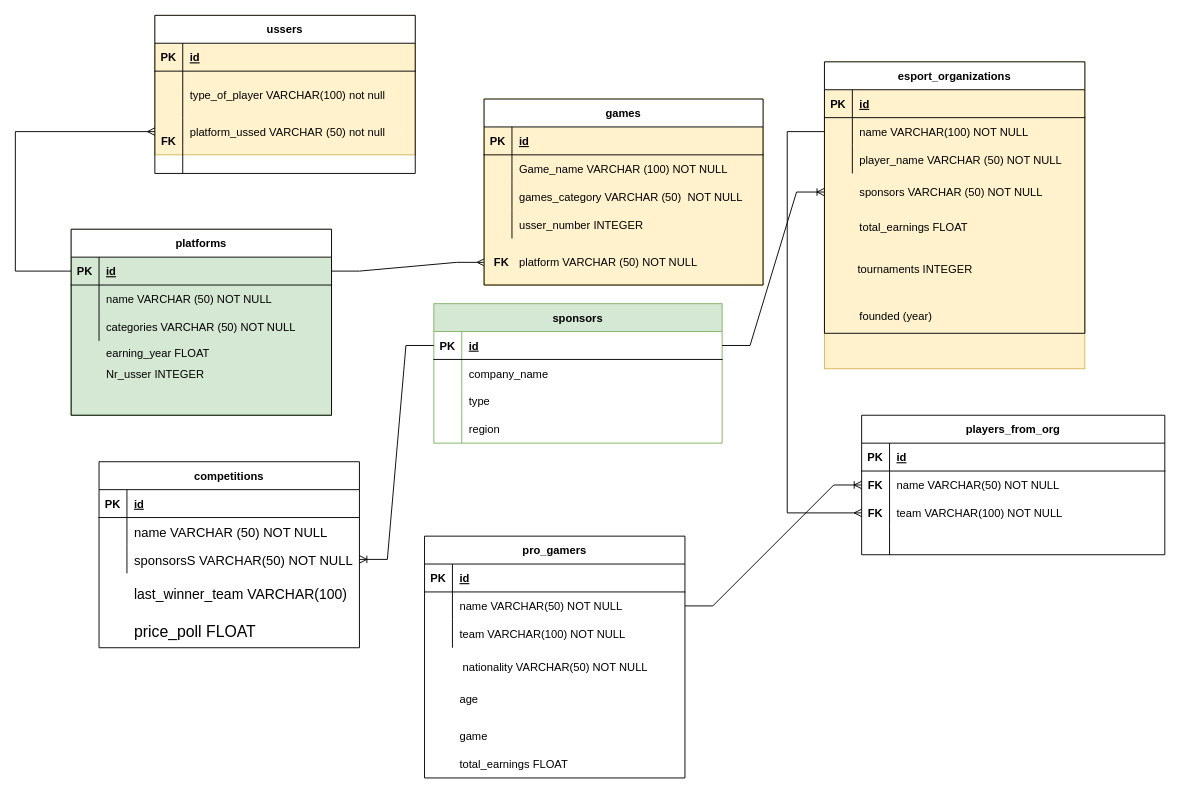
Earlier version of the draw.io diagram Diagramă fără titlu.drawio (MaticA26/amatica_db_project). Source tidied: cells renumbered, new cells numbered last; positions are measured from the earlier drawing's top-left corner, leaving out a move shared by most shapes. Both pictures are drawn from the tidied source at 93%, with x=0, y=0 at pixel (15, 15).
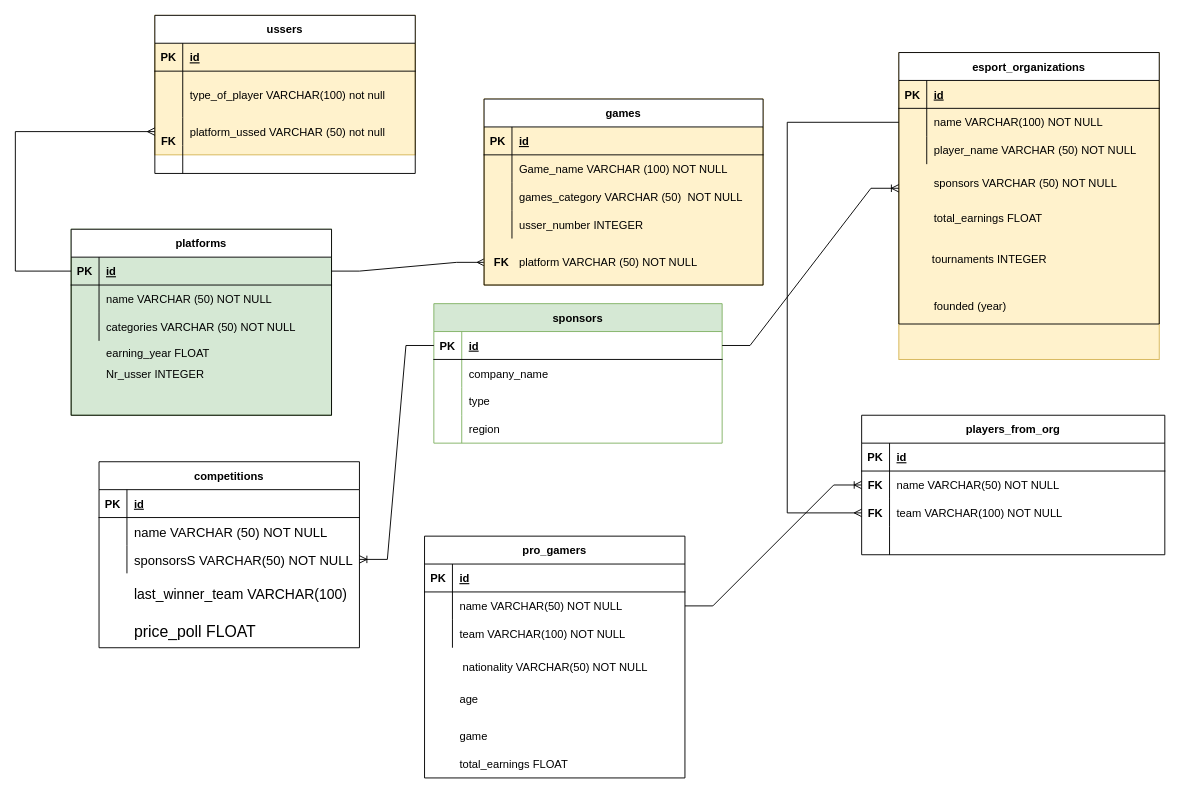
The same diagram, later.

The change refers to these unchanged cells:
```xml
<mxCell id="46" value="esport_organizations" style="shape=table;startSize=30;childLayout=tableLayout;rowLines=0;fontStyle=1;align=center;" parent="45" vertex="1">
  <mxGeometry width="280" height="291.9" as="geometry" />
</mxCell>
<mxCell id="112" style="shape=tableRow;horizontal=0;startSize=0;swimlaneHead=0;swimlaneBody=0;fillColor=none;points=[[0,0.5],[1,0.5]];portConstraint=eastwest;top=0;left=0;right=0;bottom=1;" parent="111" vertex="1">
  <mxGeometry y="30" width="310" height="30" as="geometry" />
</mxCell>
```

The edit, as a diff of the source:
```diff
@@
     <mxCell id="45" style="group;fillColor=#fff2cc;strokeColor=#d6b656;" parent="1" vertex="1">
-      <mxGeometry x="870" y="50" width="280" height="330" as="geometry" />
+      <mxGeometry x="950" y="40" width="280" height="330" as="geometry" />
     </mxCell>
@@
-    <mxCell id="125" style="edgeStyle=entityRelationEdgeStyle;fontSize=12;html=1;endArrow=ERoneToMany;rounded=0;exitX=1;exitY=0.5;exitDx=0;exitDy=0;" parent="1" edge="1" source="112">
-      <mxGeometry relative="1" as="geometry">
-        <mxPoint x="870" y="190" as="targetPoint" />
-      </mxGeometry>
+    <mxCell id="125" style="edgeStyle=entityRelationEdgeStyle;fontSize=12;html=1;endArrow=ERoneToMany;rounded=0;exitX=1;exitY=0.5;exitDx=0;exitDy=0;entryX=0;entryY=0.5;entryDx=0;entryDy=0;" parent="1" edge="1" source="112" target="46">
+      <mxGeometry relative="1" as="geometry" />
     </mxCell>
```
